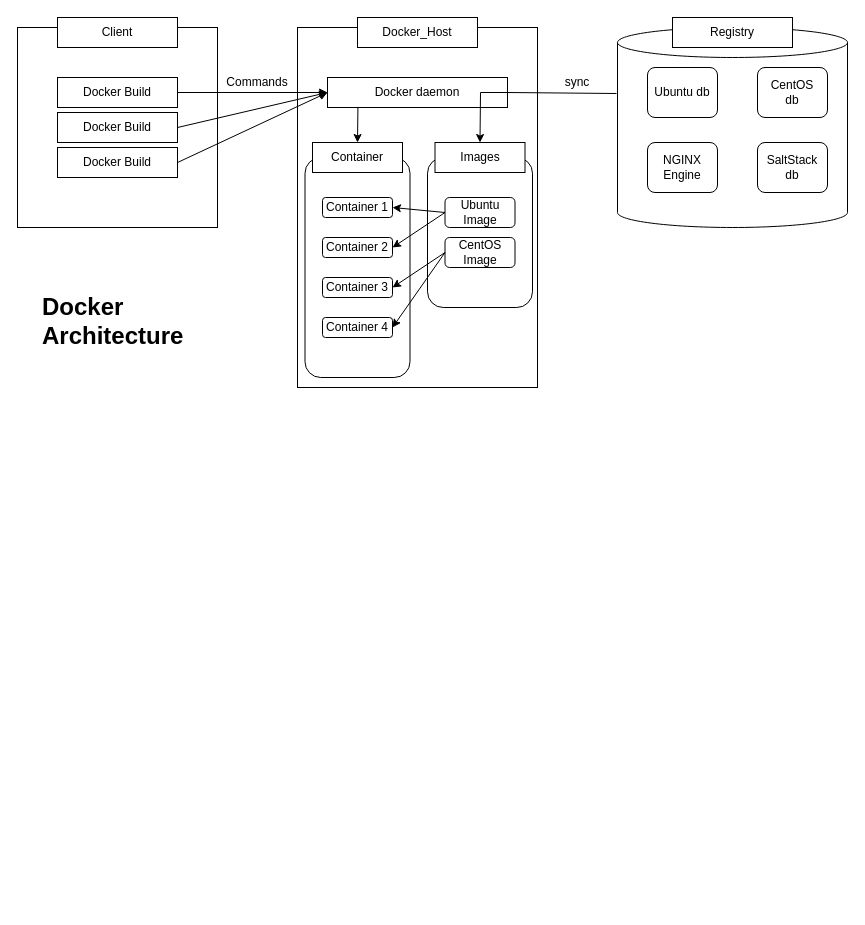
DevOpsAl/sysadmin keeps this draw.io diagram as Docker Architecture.drawio. Above is the earlier version. Source tidied: cells renumbered, new cells numbered last; positions are measured from the earlier drawing's top-left corner, leaving out a move shared by most shapes. Both pictures are drawn from the tidied source at 100%, with x=0, y=0 at pixel (17, 17).
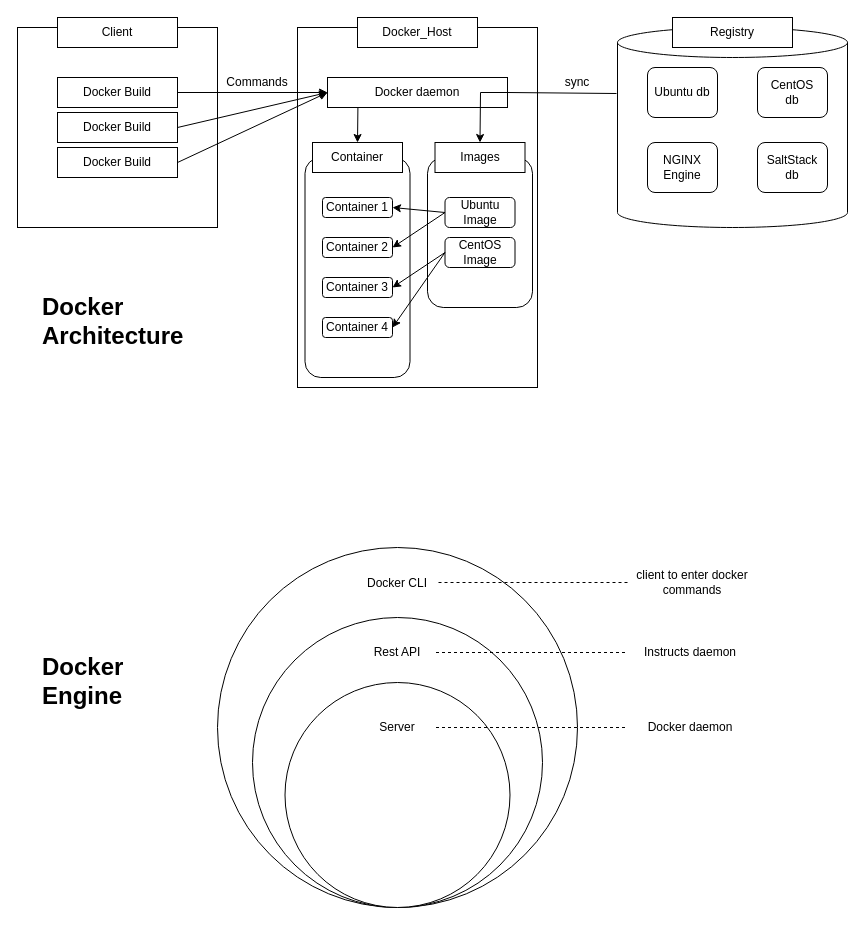
The same page after the edit.

The edit, as a diff of the source:
```diff
@@
+    <mxCell id="39" style="ellipse;whiteSpace=wrap;html=1;" parent="1" vertex="1">
+      <mxGeometry x="200" y="530" width="360" height="360" as="geometry" />
+    </mxCell>
+    <mxCell id="40" style="ellipse;whiteSpace=wrap;html=1;" parent="1" vertex="1">
+      <mxGeometry x="235" y="600" width="290" height="290" as="geometry" />
+    </mxCell>
+    <mxCell id="41" style="ellipse;whiteSpace=wrap;html=1;" parent="1" vertex="1">
+      <mxGeometry x="267.5" y="665" width="225" height="225" as="geometry" />
+    </mxCell>
+    <mxCell id="42" value="Rest API" style="text;html=1;strokeColor=none;fillColor=none;align=center;verticalAlign=middle;whiteSpace=wrap;rounded=0;" parent="1" vertex="1">
+      <mxGeometry x="350" y="620" width="60" height="30" as="geometry" />
+    </mxCell>
+    <mxCell id="43" value="Docker CLI" style="text;strokeColor=none;fillColor=none;align=center;verticalAlign=middle;spacingLeft=4;spacingRight=4;overflow=hidden;points=[[0,0.5],[1,0.5]];portConstraint=eastwest;" parent="1" vertex="1">
+      <mxGeometry x="340" y="550" width="80" height="30" as="geometry" />
+    </mxCell>
+    <mxCell id="44" value="Server" style="text;html=1;strokeColor=none;fillColor=none;align=center;verticalAlign=middle;whiteSpace=wrap;rounded=0;" parent="1" vertex="1">
+      <mxGeometry x="350" y="695" width="60" height="30" as="geometry" />
+    </mxCell>
+    <mxCell id="45" value="&lt;h1&gt;Docker&amp;nbsp; &amp;nbsp; Engine&lt;/h1&gt;" style="text;html=1;strokeColor=none;fillColor=none;spacing=5;spacingTop=-20;whiteSpace=wrap;overflow=hidden;rounded=0;" parent="1" vertex="1">
+      <mxGeometry x="20" y="630" width="190" height="120" as="geometry" />
+    </mxCell>
+    <mxCell id="46" style="endArrow=none;dashed=1;html=1;rounded=0;entryX=1;entryY=0.5;entryDx=0;entryDy=0;" parent="1" edge="1" target="43">
+      <mxGeometry relative="1" as="geometry">
+        <mxPoint x="610" y="565" as="sourcePoint" />
+      </mxGeometry>
+    </mxCell>
+    <mxCell id="47" value="client to enter docker commands" style="text;html=1;strokeColor=none;fillColor=none;align=center;verticalAlign=middle;whiteSpace=wrap;rounded=0;" parent="1" vertex="1">
+      <mxGeometry x="610" y="550" width="130" height="30" as="geometry" />
+    </mxCell>
+    <mxCell id="48" style="endArrow=none;dashed=1;html=1;rounded=0;entryX=1;entryY=0.5;entryDx=0;entryDy=0;" parent="1" edge="1">
+      <mxGeometry relative="1" as="geometry">
+        <mxPoint x="607.5" y="635" as="sourcePoint" />
+        <mxPoint x="417.5" y="635" as="targetPoint" />
+      </mxGeometry>
+    </mxCell>
+    <mxCell id="49" value="Instructs daemon" style="text;html=1;strokeColor=none;fillColor=none;align=center;verticalAlign=middle;whiteSpace=wrap;rounded=0;" parent="1" vertex="1">
+      <mxGeometry x="607.5" y="620" width="130" height="30" as="geometry" />
+    </mxCell>
+    <mxCell id="50" style="endArrow=none;dashed=1;html=1;rounded=0;entryX=1;entryY=0.5;entryDx=0;entryDy=0;" parent="1" edge="1">
+      <mxGeometry relative="1" as="geometry">
+        <mxPoint x="607.5" y="710" as="sourcePoint" />
+        <mxPoint x="417.5" y="710" as="targetPoint" />
+      </mxGeometry>
+    </mxCell>
+    <mxCell id="51" value="Docker daemon" style="text;html=1;strokeColor=none;fillColor=none;align=center;verticalAlign=middle;whiteSpace=wrap;rounded=0;" parent="1" vertex="1">
+      <mxGeometry x="607.5" y="695" width="130" height="30" as="geometry" />
+    </mxCell>
```
